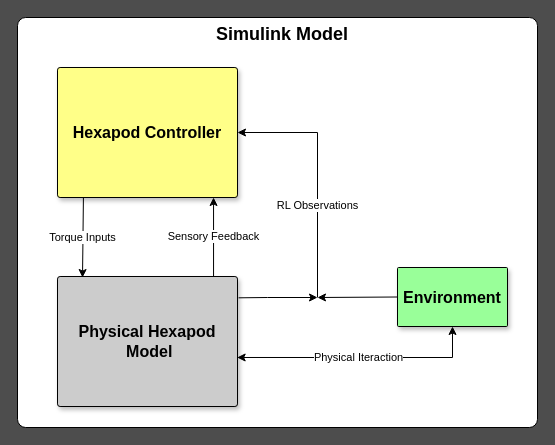
Before: documents/images/diagrams/HexapodModel_Overview.drawio in bastianklein612/Bachelor-Thesis, a draw.io diagram. Source tidied: cells renumbered, new cells numbered last; positions are measured from the earlier drawing's top-left corner, leaving out a move shared by most shapes. Both pictures are drawn from the tidied source at 100%, with x=0, y=0 at pixel (17, 17).
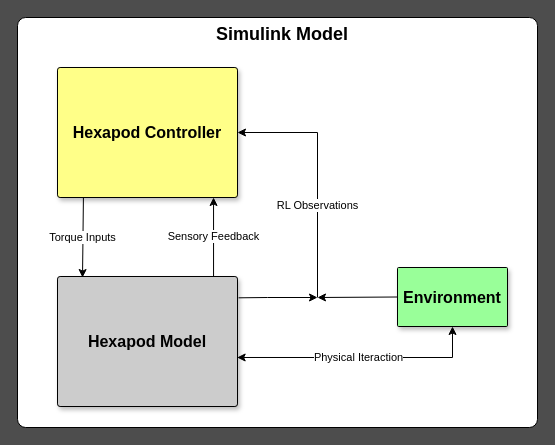
Above is the later version.

What changed in the source:
```diff
@@
 <mxGraphModel background="#4D4D4D">
   <root>
     <mxCell id="0" />
     <mxCell id="1" parent="0" />
     <mxCell id="2" value="&lt;font style=&quot;font-size: 18px;&quot;&gt;&amp;nbsp; Simulink Model&lt;/font&gt;" style="rounded=1;whiteSpace=wrap;html=1;align=center;verticalAlign=top;arcSize=2;fontStyle=1;labelBackgroundColor=none;fontColor=#000000;strokeColor=#000000;" parent="1" vertex="1">
       <mxGeometry width="520" height="410" as="geometry" />
     </mxCell>
     <mxCell id="3" value="Environment&lt;br style=&quot;font-size: 16px;&quot;&gt;" style="rounded=1;whiteSpace=wrap;html=1;align=center;verticalAlign=middle;arcSize=2;fontStyle=1;glass=0;shadow=1;fontSize=16;fontColor=#000000;strokeColor=#000000;fillColor=#99FF99;" parent="1" vertex="1">
       <mxGeometry x="380" y="250" width="110" height="59" as="geometry" />
     </mxCell>
     <mxCell id="4" value="Hexapod Controller" style="rounded=1;whiteSpace=wrap;html=1;align=center;verticalAlign=middle;arcSize=2;fontStyle=1;shadow=1;fontSize=16;fillColor=#FFFF88;fontColor=#000000;strokeColor=#000000;" parent="1" vertex="1">
       <mxGeometry x="40" y="50" width="180" height="130" as="geometry" />
     </mxCell>
     <mxCell id="5" value="Physical Iteraction" style="endArrow=classic;startArrow=classic;html=1;rounded=0;exitX=0.998;exitY=0.623;exitDx=0;exitDy=0;entryX=0.5;entryY=1;entryDx=0;entryDy=0;verticalAlign=middle;align=center;exitPerimeter=0;fontColor=#000000;" parent="1" edge="1" source="8" target="3">
       <mxGeometry x="-0.02" relative="1" as="geometry">
         <Array as="points">
           <mxPoint x="305" y="340" />
           <mxPoint x="435" y="340" />
         </Array>
       </mxGeometry>
     </mxCell>
     <mxCell id="6" value="Torque Inputs" style="endArrow=classic;html=1;rounded=0;entryX=0.139;entryY=0.008;entryDx=0;entryDy=0;exitX=0.144;exitY=1.002;exitDx=0;exitDy=0;align=center;entryPerimeter=0;exitPerimeter=0;fontColor=#000000;" parent="1" edge="1" source="4" target="8">
       <mxGeometry relative="1" as="geometry" />
     </mxCell>
     <mxCell id="7" value="Sensory Feedback&lt;br&gt;" style="endArrow=classic;html=1;rounded=0;entryX=0.867;entryY=1;entryDx=0;entryDy=0;exitX=0.867;exitY=0.003;exitDx=0;exitDy=0;align=center;entryPerimeter=0;exitPerimeter=0;fontColor=#000000;" parent="1" edge="1" source="8" target="4">
       <mxGeometry relative="1" as="geometry" />
     </mxCell>
-    <mxCell id="8" value="Physical Hexapod&lt;br style=&quot;font-size: 16px;&quot;&gt;&amp;nbsp;Model" style="rounded=1;whiteSpace=wrap;html=1;align=center;verticalAlign=middle;arcSize=2;fontStyle=1;shadow=1;fontSize=16;fillColor=#CCCCCC;fontColor=#000000;strokeColor=#000000;" parent="1" vertex="1">
+    <mxCell id="8" value="Hexapod Model" style="rounded=1;whiteSpace=wrap;html=1;align=center;verticalAlign=middle;arcSize=2;fontStyle=1;shadow=1;fontSize=16;fillColor=#CCCCCC;fontColor=#000000;strokeColor=#000000;" parent="1" vertex="1">
       <mxGeometry x="40" y="259" width="180" height="130" as="geometry" />
     </mxCell>
     <mxCell id="9" value="RL Observations" style="endArrow=classic;html=1;rounded=0;entryX=1;entryY=0.5;entryDx=0;entryDy=0;fontColor=#000000;" parent="1" edge="1" target="4">
       <mxGeometry x="-0.25" relative="1" as="geometry">
         <mxPoint x="300" y="280" as="sourcePoint" />
         <Array as="points">
           <mxPoint x="300" y="115" />
         </Array>
       </mxGeometry>
     </mxCell>
     <mxCell id="10" style="endArrow=classic;html=1;rounded=0;exitX=1.006;exitY=0.164;exitDx=0;exitDy=0;exitPerimeter=0;fontColor=#000000;" parent="1" edge="1" source="8">
       <mxGeometry relative="1" as="geometry">
         <mxPoint x="300" y="280" as="targetPoint" />
         <Array as="points">
           <mxPoint x="250" y="280" />
         </Array>
       </mxGeometry>
     </mxCell>
     <mxCell id="11" style="endArrow=classic;html=1;rounded=0;exitX=0;exitY=0.5;exitDx=0;exitDy=0;fontColor=#000000;" parent="1" edge="1" source="3">
       <mxGeometry relative="1" as="geometry">
         <mxPoint x="300" y="280" as="targetPoint" />
       </mxGeometry>
     </mxCell>
   </root>
 </mxGraphModel>
```
